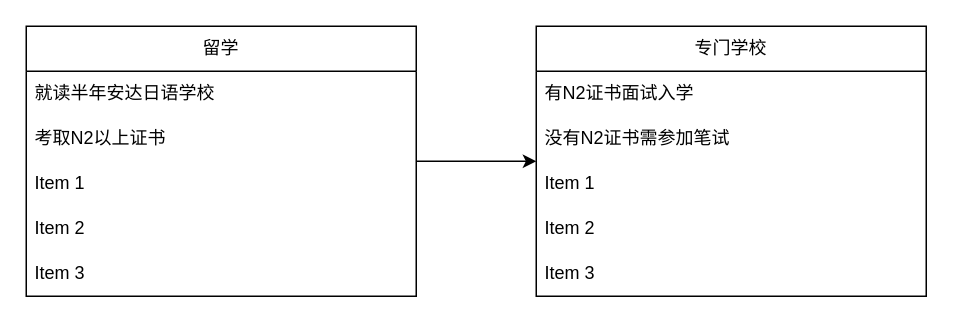
The draw.io diagram 日本永驻途径.drawio in wxfls/draw.io, before the edit. Source tidied: cells renumbered, new cells numbered last; positions are measured from the earlier drawing's top-left corner, leaving out a move shared by most shapes. Both pictures are drawn from the tidied source at 150%, with x=0, y=0 at pixel (26, 26).
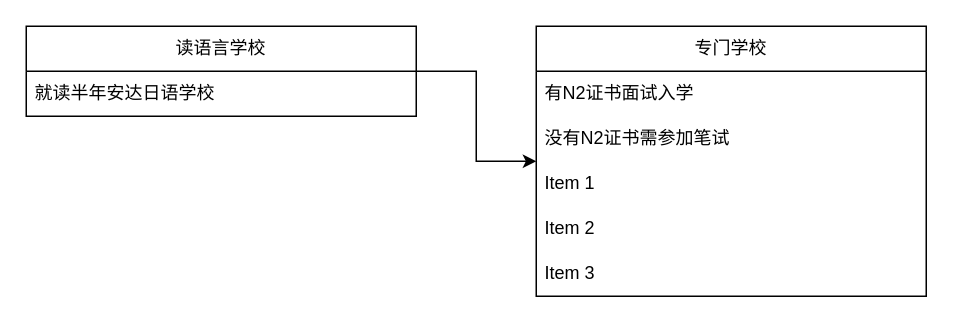
The same diagram, later.

Commit message (it also covers changes not shown here):
Update 日本永驻途径.drawio

Diff of the diagram source:
```diff
@@
 <mxGraphModel>
   <root>
     <mxCell id="0" />
     <mxCell id="1" parent="0" />
     <mxCell id="2" style="edgeStyle=orthogonalEdgeStyle;rounded=0;jettySize=auto;html=1;" parent="1" edge="1" source="3" target="9">
       <mxGeometry relative="1" as="geometry" />
     </mxCell>
-    <mxCell id="3" value="留学" style="swimlane;fontStyle=0;horizontal=1;startSize=30;whiteSpace=wrap;html=1;" parent="1" vertex="1">
-      <mxGeometry width="260" height="180" as="geometry" />
+    <mxCell id="3" value="读语言学校" style="swimlane;fontStyle=0;horizontal=1;startSize=30;whiteSpace=wrap;html=1;" parent="1" vertex="1">
+      <mxGeometry width="260" height="60" as="geometry" />
     </mxCell>
-    <mxCell id="4" value="就读半年安达日语学校" style="text;strokeColor=none;fillColor=none;align=left;verticalAlign=middle;spacingLeft=4;spacingRight=4;overflow=hidden;whiteSpace=wrap;html=1;" parent="3" vertex="1">
+    <mxCell id="4" value="&lt;div&gt;&lt;span style=&quot;background-color: initial;&quot;&gt;就&lt;/span&gt;&lt;span style=&quot;background-color: initial;&quot;&gt;读半年安达日语学校&lt;/span&gt;&lt;/div&gt;" style="text;strokeColor=none;fillColor=none;align=left;verticalAlign=middle;spacingLeft=4;spacingRight=4;overflow=hidden;whiteSpace=wrap;html=1;" parent="3" vertex="1">
       <mxGeometry y="30" width="260" height="30" as="geometry" />
     </mxCell>
-    <mxCell id="5" value="考取N2以上证书" style="text;strokeColor=none;fillColor=none;align=left;verticalAlign=middle;spacingLeft=4;spacingRight=4;overflow=hidden;whiteSpace=wrap;html=1;" parent="3" vertex="1">
-      <mxGeometry y="60" width="260" height="30" as="geometry" />
-    </mxCell>
-    <mxCell id="6" value="Item 1" style="text;strokeColor=none;fillColor=none;align=left;verticalAlign=middle;spacingLeft=4;spacingRight=4;overflow=hidden;whiteSpace=wrap;html=1;" parent="3" vertex="1">
-      <mxGeometry y="90" width="260" height="30" as="geometry" />
-    </mxCell>
-    <mxCell id="7" value="Item 2" style="text;strokeColor=none;fillColor=none;align=left;verticalAlign=middle;spacingLeft=4;spacingRight=4;overflow=hidden;whiteSpace=wrap;html=1;" parent="3" vertex="1">
-      <mxGeometry y="120" width="260" height="30" as="geometry" />
-    </mxCell>
-    <mxCell id="8" value="Item 3" style="text;strokeColor=none;fillColor=none;align=left;verticalAlign=middle;spacingLeft=4;spacingRight=4;overflow=hidden;whiteSpace=wrap;html=1;" parent="3" vertex="1">
-      <mxGeometry y="150" width="260" height="30" as="geometry" />
-    </mxCell>
     <mxCell id="9" value="专门学校" style="swimlane;fontStyle=0;horizontal=1;startSize=30;whiteSpace=wrap;html=1;" parent="1" vertex="1">
       <mxGeometry x="340" width="260" height="180" as="geometry" />
     </mxCell>
     <mxCell id="10" value="有N2证书面试入学" style="text;strokeColor=none;fillColor=none;align=left;verticalAlign=middle;spacingLeft=4;spacingRight=4;overflow=hidden;whiteSpace=wrap;html=1;" parent="9" vertex="1">
       <mxGeometry y="30" width="260" height="30" as="geometry" />
     </mxCell>
     <mxCell id="11" value="没有N2证书需参加笔试" style="text;strokeColor=none;fillColor=none;align=left;verticalAlign=middle;spacingLeft=4;spacingRight=4;overflow=hidden;whiteSpace=wrap;html=1;" parent="9" vertex="1">
       <mxGeometry y="60" width="260" height="30" as="geometry" />
     </mxCell>
     <mxCell id="12" value="Item 1" style="text;strokeColor=none;fillColor=none;align=left;verticalAlign=middle;spacingLeft=4;spacingRight=4;overflow=hidden;whiteSpace=wrap;html=1;" parent="9" vertex="1">
       <mxGeometry y="90" width="260" height="30" as="geometry" />
     </mxCell>
     <mxCell id="13" value="Item 2" style="text;strokeColor=none;fillColor=none;align=left;verticalAlign=middle;spacingLeft=4;spacingRight=4;overflow=hidden;whiteSpace=wrap;html=1;" parent="9" vertex="1">
       <mxGeometry y="120" width="260" height="30" as="geometry" />
     </mxCell>
     <mxCell id="14" value="Item 3" style="text;strokeColor=none;fillColor=none;align=left;verticalAlign=middle;spacingLeft=4;spacingRight=4;overflow=hidden;whiteSpace=wrap;html=1;" parent="9" vertex="1">
       <mxGeometry y="150" width="260" height="30" as="geometry" />
     </mxCell>
   </root>
 </mxGraphModel>
```
